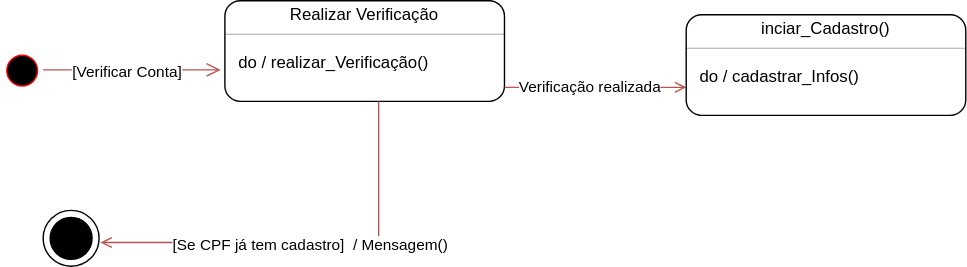
The draw.io diagram Estado_1.drawio.svg in JesCat16/Projeto01_Modelagem_De_Software, before a commit. Source tidied: cells renumbered, new cells last; positions are measured from the earlier drawing's top-left corner, leaving out a move shared by most shapes.
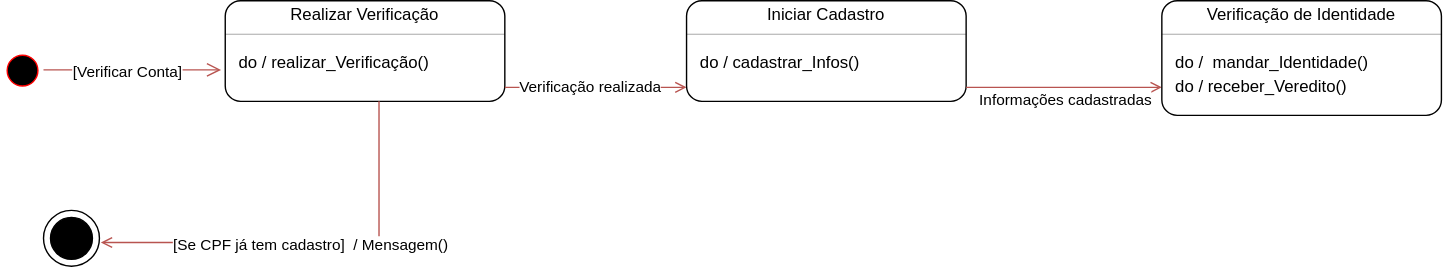
The same diagram one commit later.

Change to the diagram source:
```diff
@@ -59,9 +59,9 @@
       </mxGeometry>
     </mxCell>
     <mxCell id="16" style="fontStyle=1;align=center;verticalAlign=middle;horizontal=1;rounded=1;absoluteArcSize=1;arcSize=22;" parent="1" vertex="1">
-      <mxGeometry x="490" y="10" width="200" height="72" as="geometry" />
+      <mxGeometry x="490" width="200" height="72" as="geometry" />
     </mxCell>
-    <mxCell id="17" value="inciar_Cadastro()" style="html=1;align=center;spacing=0;verticalAlign=middle;strokeColor=none;fillColor=none;whiteSpace=wrap;" parent="16" vertex="1">
+    <mxCell id="17" value="Iniciar Cadastro" style="html=1;align=center;spacing=0;verticalAlign=middle;strokeColor=none;fillColor=none;whiteSpace=wrap;" parent="16" vertex="1">
       <mxGeometry width="200" height="20" as="geometry" />
     </mxCell>
     <mxCell id="18" style="line;strokeWidth=0.25;fillColor=none;align=left;verticalAlign=middle;spacingTop=-1;spacingLeft=3;spacingRight=3;labelPosition=right;" parent="16" vertex="1">
@@ -76,5 +76,36 @@
     <mxCell id="21" style="html=1;align=left;spacing=0;spacingLeft=10;verticalAlign=middle;strokeColor=none;fillColor=none;whiteSpace=wrap;" parent="16" vertex="1">
       <mxGeometry y="52" width="200" height="20" as="geometry" />
     </mxCell>
+    <mxCell id="22" style="edgeStyle=orthogonalEdgeStyle;rounded=0;jettySize=auto;html=1;endArrow=open;endFill=0;fillColor=#f8cecc;strokeColor=#b85450;" parent="1" edge="1" source="21">
+      <mxGeometry relative="1" as="geometry">
+        <mxPoint x="830" y="62" as="targetPoint" />
+      </mxGeometry>
+    </mxCell>
+    <mxCell id="23" value="Informações cadastradas" style="edgeLabel;html=1;align=center;verticalAlign=middle;" parent="22" vertex="1">
+      <mxGeometry x="0.05" relative="1" as="geometry">
+        <mxPoint x="-3" y="8" as="offset" />
+      </mxGeometry>
+    </mxCell>
+    <mxCell id="24" style="fontStyle=1;align=center;verticalAlign=middle;horizontal=1;rounded=1;absoluteArcSize=1;arcSize=22;" parent="1" vertex="1">
+      <mxGeometry x="830" width="200" height="82" as="geometry" />
+    </mxCell>
+    <mxCell id="25" value="Verificação de Identidade" style="html=1;align=center;spacing=0;verticalAlign=middle;strokeColor=none;fillColor=none;whiteSpace=wrap;" parent="24" vertex="1">
+      <mxGeometry width="200" height="20" as="geometry" />
+    </mxCell>
+    <mxCell id="26" style="line;strokeWidth=0.25;fillColor=none;align=left;verticalAlign=middle;spacingTop=-1;spacingLeft=3;spacingRight=3;labelPosition=right;" parent="24" vertex="1">
+      <mxGeometry y="20" width="200" height="8" as="geometry" />
+    </mxCell>
+    <mxCell id="27" style="html=1;align=left;spacing=0;spacingLeft=10;verticalAlign=middle;strokeColor=none;fillColor=none;whiteSpace=wrap;" parent="24" vertex="1">
+      <mxGeometry y="28" width="200" height="10" as="geometry" />
+    </mxCell>
+    <mxCell id="28" value="do /&amp;nbsp; mandar_Identidade()" style="html=1;align=left;spacingLeft=10;spacing=0;verticalAlign=middle;strokeColor=none;fillColor=none;whiteSpace=wrap;" parent="24" vertex="1">
+      <mxGeometry y="38" width="200" height="14" as="geometry" />
+    </mxCell>
+    <mxCell id="29" value="do / receber_Veredito()" style="html=1;align=left;spacing=0;spacingLeft=10;verticalAlign=middle;strokeColor=none;fillColor=none;whiteSpace=wrap;" parent="24" vertex="1">
+      <mxGeometry y="52" width="200" height="20" as="geometry" />
+    </mxCell>
+    <mxCell id="30" style="html=1;align=left;spacing=0;spacingLeft=10;verticalAlign=middle;strokeColor=none;fillColor=none;whiteSpace=wrap;" parent="24" vertex="1">
+      <mxGeometry y="72" width="200" height="10" as="geometry" />
+    </mxCell>
   </root>
 </mxGraphModel>
```
